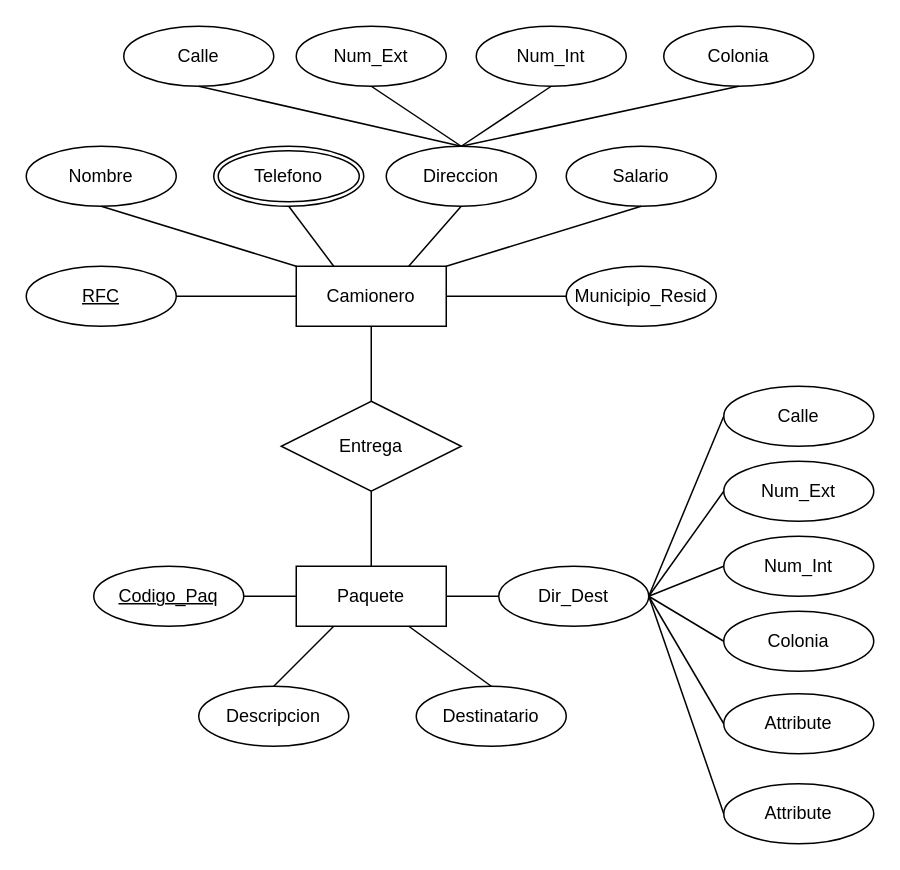
Before: Act1-4.drawio in xmr-p/DatabaseCharts, a draw.io diagram. Source tidied: cells renumbered, new cells numbered last; positions are measured from the earlier drawing's top-left corner, leaving out a move shared by most shapes. Both pictures are drawn from the tidied source at 150%, with x=0, y=0 at pixel (26, 26).
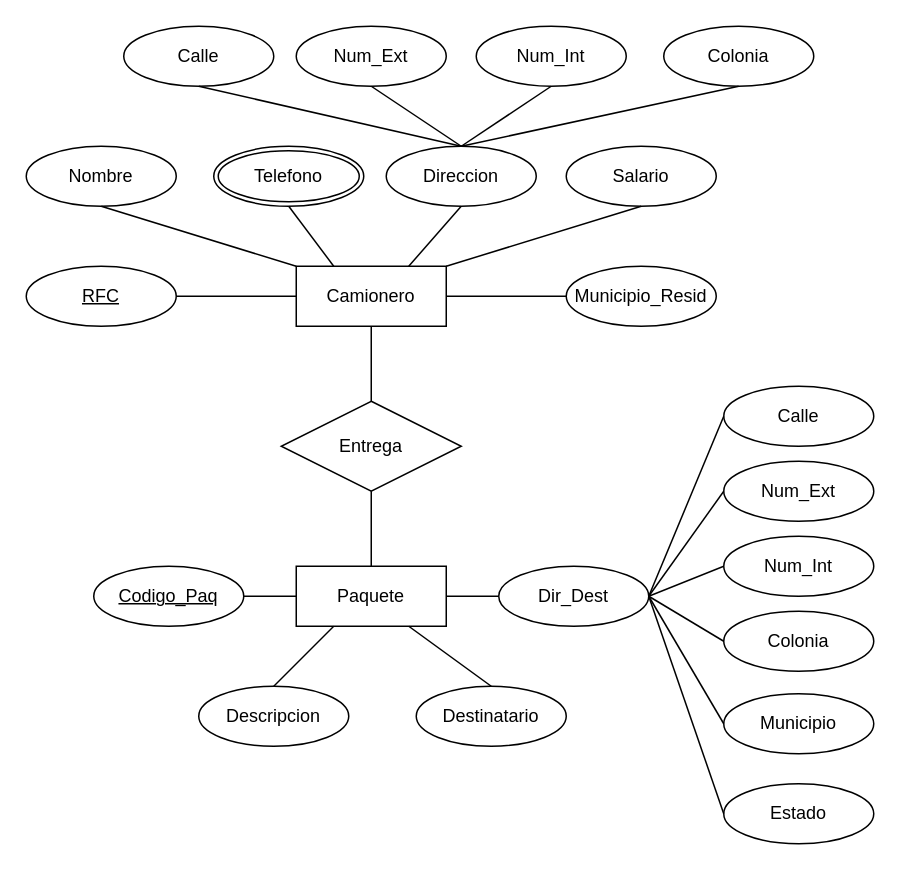
After the change.

The edit, as a diff of the source:
```diff
@@
-    <mxCell id="42" value="Attribute" style="ellipse;whiteSpace=wrap;html=1;align=center;" parent="1" vertex="1">
+    <mxCell id="42" value="Estado" style="ellipse;whiteSpace=wrap;html=1;align=center;" parent="1" vertex="1">
       <mxGeometry x="465" y="505" width="100" height="40" as="geometry" />
     </mxCell>
-    <mxCell id="43" value="Attribute" style="ellipse;whiteSpace=wrap;html=1;align=center;" parent="1" vertex="1">
+    <mxCell id="43" value="Municipio" style="ellipse;whiteSpace=wrap;html=1;align=center;" parent="1" vertex="1">
       <mxGeometry x="465" y="445" width="100" height="40" as="geometry" />
     </mxCell>
```
